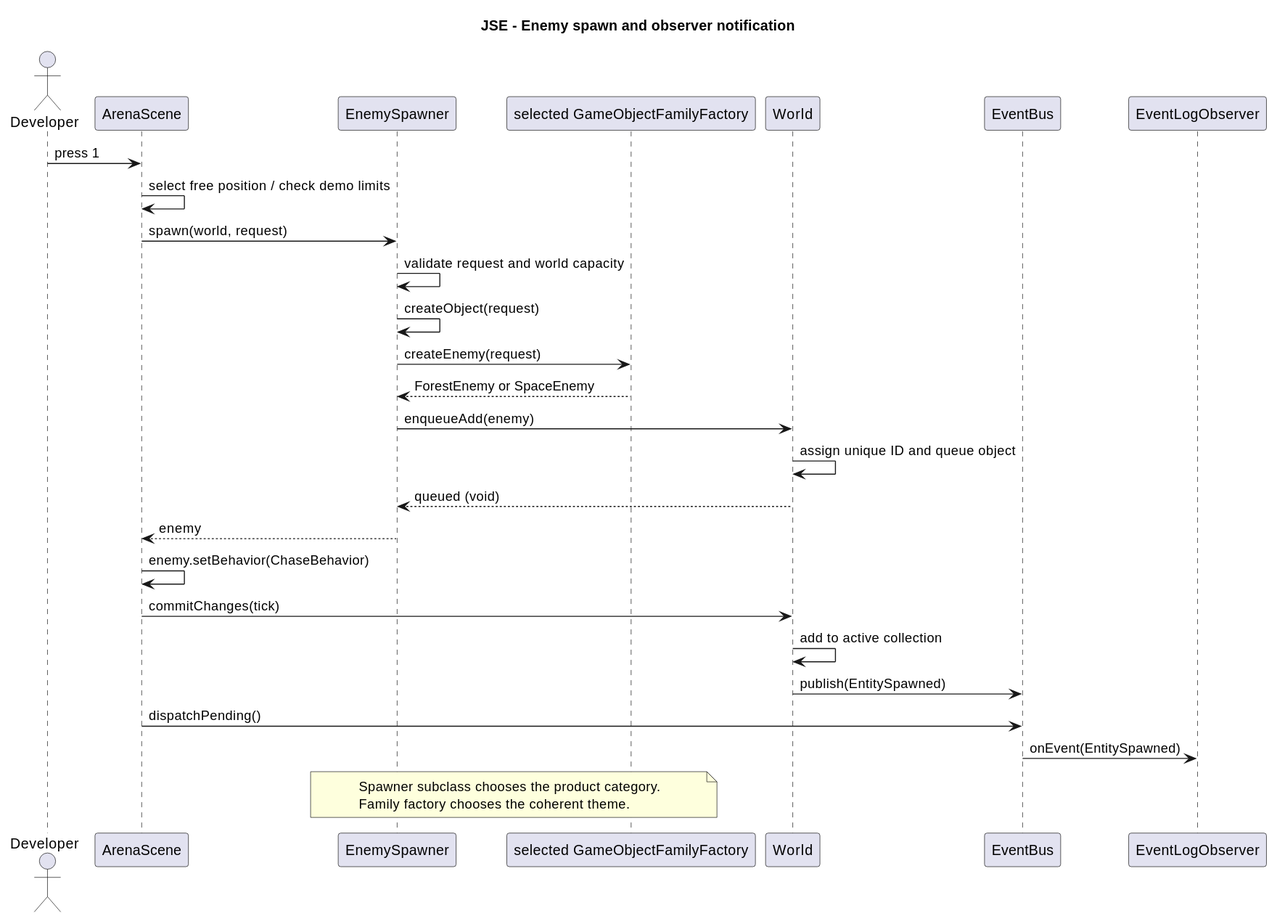
Before: docs/uml/rendered/spawn-sequence.svg, a diagram exported from PlantUML (AlmazCode/JSE). Source of this version:
```plantuml
@startuml
title JSE - Enemy spawn and observer notification
actor Developer
participant ArenaScene as Scene
participant EnemySpawner as Spawner
participant "selected GameObjectFamilyFactory" as Family
participant World
participant EventBus as Bus
participant EventLogObserver as Log
Developer -> Scene : press 1
Scene -> Scene : select free position / check demo limits
Scene -> Spawner : spawn(world, request)
Spawner -> Spawner : validate request and world capacity
Spawner -> Spawner : createObject(request)
Spawner -> Family : createEnemy(request)
Family --> Spawner : ForestEnemy or SpaceEnemy
Spawner -> World : enqueueAdd(enemy)
World -> World : assign unique ID and queue object
World --> Spawner : queued (void)
Spawner --> Scene : enemy
Scene -> Scene : enemy.setBehavior(ChaseBehavior)
Scene -> World : commitChanges(tick)
World -> World : add to active collection
World -> Bus : publish(EntitySpawned)
Scene -> Bus : dispatchPending()
Bus -> Log : onEvent(EntitySpawned)
note over Spawner,Family
Spawner subclass chooses the product category.
Family factory chooses the coherent theme.
end note
@enduml
```
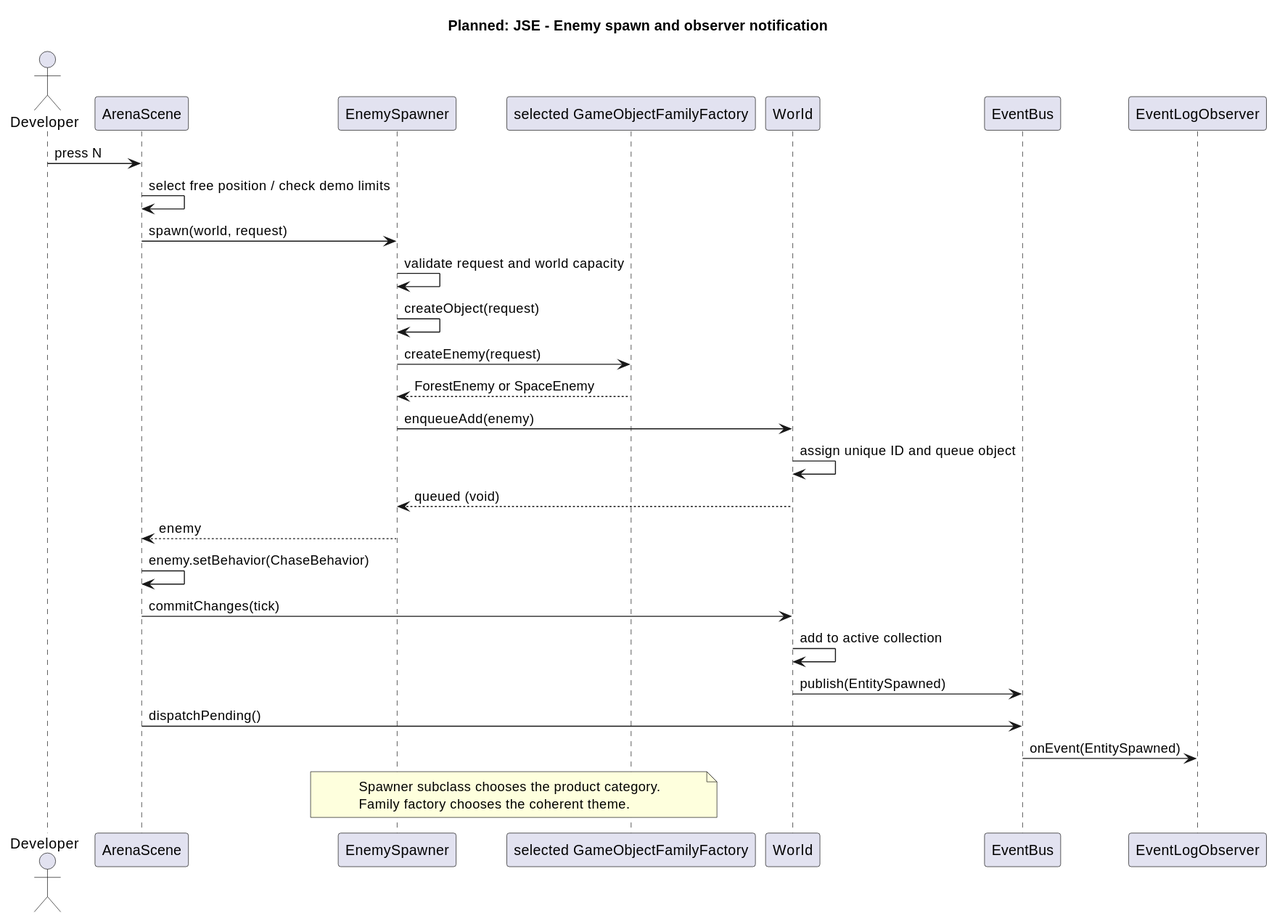
After the commit.

What changed in the source:
```diff
@@ -1,5 +1,5 @@
 @startuml
-title JSE - Enemy spawn and observer notification
+title Planned: JSE - Enemy spawn and observer notification
 actor Developer
 participant ArenaScene as Scene
 participant EnemySpawner as Spawner
@@ -7,7 +7,7 @@
 participant World
 participant EventBus as Bus
 participant EventLogObserver as Log
-Developer -> Scene : press 1
+Developer -> Scene : press N
 Scene -> Scene : select free position / check demo limits
 Scene -> Spawner : spawn(world, request)
 Spawner -> Spawner : validate request and world capacity
```
